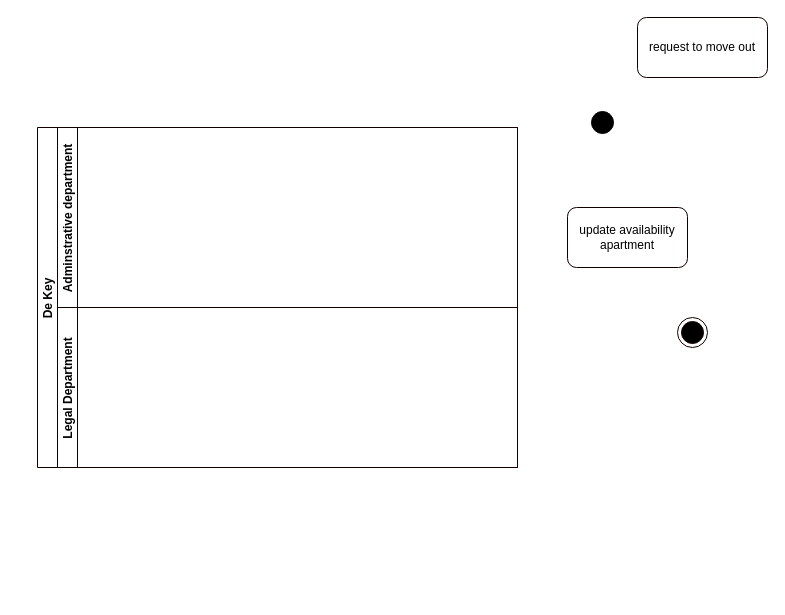
The draw.io diagram activity_diagram_de_key.drawio in Barager/IS-design, before the edit. Source tidied: cells renumbered, new cells numbered last; positions are measured from the earlier drawing's top-left corner, leaving out a move shared by most shapes. Both pictures are drawn from the tidied source at 100%, with x=0, y=0 at pixel (37, 17).
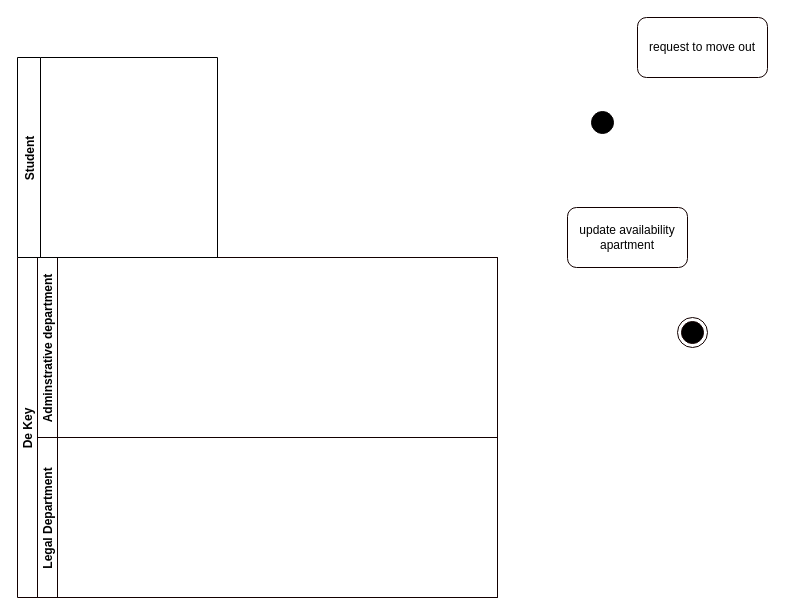
Above is the later version.

Diff of the diagram source:
```diff
@@
 <mxGraphModel>
   <root>
     <mxCell id="0" />
     <mxCell id="1" parent="0" />
     <mxCell id="2" style="ellipse;html=1;shape=startState;fillColor=#000000;strokeColor=#030000;gradientColor=none;" parent="1" vertex="1">
       <mxGeometry x="550" y="90" width="30" height="30" as="geometry" />
     </mxCell>
     <mxCell id="3" style="ellipse;html=1;shape=endState;fillColor=#000000;strokeColor=#120000;" parent="1" vertex="1">
       <mxGeometry x="640" y="300" width="30" height="30" as="geometry" />
     </mxCell>
     <mxCell id="4" value="request to move out" style="rounded=1;whiteSpace=wrap;html=1;strokeColor=#120000;fillColor=none;gradientColor=none;" parent="1" vertex="1">
       <mxGeometry x="600" width="130" height="60" as="geometry" />
     </mxCell>
     <mxCell id="5" value="update availability apartment" style="rounded=1;whiteSpace=wrap;html=1;strokeColor=#120000;fillColor=none;gradientColor=none;" parent="1" vertex="1">
       <mxGeometry x="530" y="190" width="120" height="60" as="geometry" />
     </mxCell>
     <mxCell id="6" value="De Key" style="swimlane;horizontal=0;startSize=20;strokeColor=#120000;fillColor=none;gradientColor=none;" parent="1" vertex="1">
-      <mxGeometry y="110" width="480" height="340" as="geometry" />
+      <mxGeometry x="-20" y="240" width="480" height="340" as="geometry" />
     </mxCell>
     <mxCell id="7" value="Adminstrative department" style="swimlane;startSize=20;horizontal=0;strokeColor=#120000;fillColor=none;gradientColor=none;" parent="6" vertex="1">
       <mxGeometry x="20" width="460" height="180" as="geometry" />
     </mxCell>
     <mxCell id="8" value="Legal Department" style="swimlane;startSize=20;horizontal=0;strokeColor=#120000;fillColor=none;gradientColor=none;" parent="6" vertex="1">
       <mxGeometry x="20" y="180" width="460" height="160" as="geometry" />
     </mxCell>
+    <mxCell id="9" value="Student" style="swimlane;horizontal=0;fontSize=12;" parent="1" vertex="1">
+      <mxGeometry x="-20" y="40" width="200" height="200" as="geometry" />
+    </mxCell>
   </root>
 </mxGraphModel>
```
